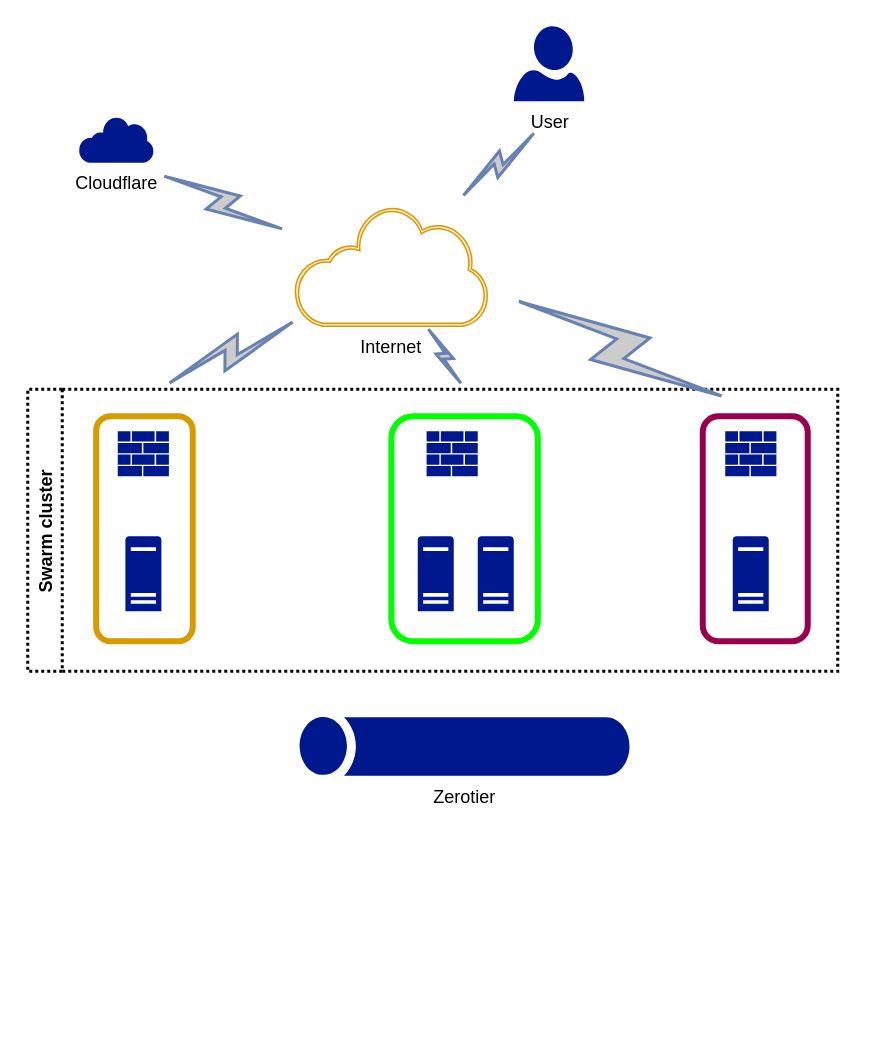
The draw.io diagram page "Page-2" (2 of 2) of swarm_ops_revProxy.drawio in pitimon/Swarm_Ops, before the edit. Source tidied: cells renumbered, new cells numbered last; positions are measured from the earlier drawing's top-left corner, leaving out a move shared by most shapes. Both pictures are drawn from the tidied source at 150%, with x=0, y=0 at pixel (27, 26).
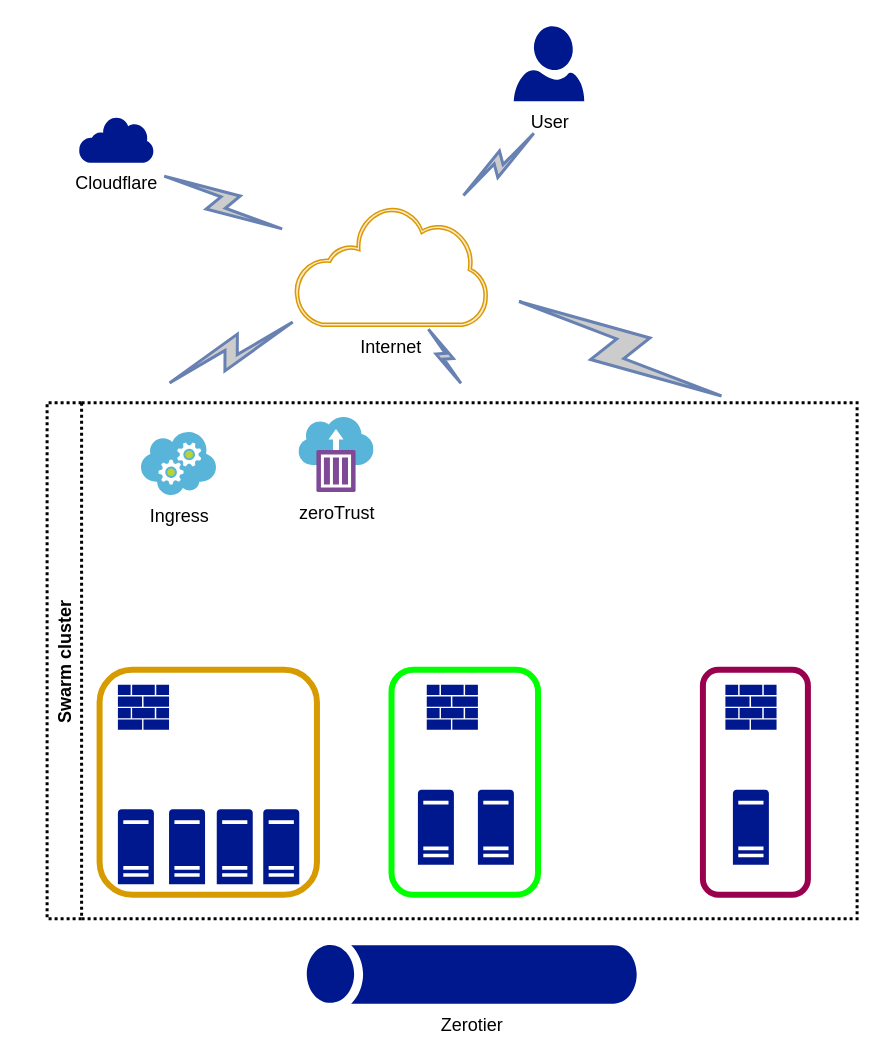
After the change.

What changed in the source:
```diff
@@
+    <mxCell id="5" value="Internet" style="sketch=0;shadow=0;dashed=0;html=1;strokeColor=#d79b00;labelPosition=center;verticalLabelPosition=bottom;verticalAlign=top;align=center;fillColor=#ffe6cc;shape=mxgraph.mscae.enterprise.internet_hollow;" parent="1" vertex="1">
+      <mxGeometry x="177.7" y="120" width="129" height="80" as="geometry" />
+    </mxCell>
+    <mxCell id="8" value="Cloudflare" style="sketch=0;shadow=0;dashed=0;html=1;strokeColor=none;labelPosition=center;verticalLabelPosition=bottom;verticalAlign=top;align=center;fillColor=#00188D;shape=mxgraph.mscae.enterprise.internet;" parent="1" vertex="1">
+      <mxGeometry x="34" y="60" width="50" height="31" as="geometry" />
+    </mxCell>
+    <mxCell id="9" value="Zerotier" style="sketch=0;shadow=0;dashed=0;html=1;strokeColor=none;labelPosition=center;verticalLabelPosition=bottom;verticalAlign=top;align=center;fillColor=#00188D;shape=mxgraph.mscae.general.tunnel;" parent="1" vertex="1">
+      <mxGeometry x="186" y="612" width="220" height="39.6" as="geometry" />
+    </mxCell>
+    <mxCell id="12" value="User" style="sketch=0;shadow=0;dashed=0;html=1;strokeColor=none;labelPosition=center;verticalLabelPosition=bottom;verticalAlign=top;align=center;fillColor=#00188D;shape=mxgraph.azure.user;" parent="1" vertex="1">
+      <mxGeometry x="324" width="47" height="50" as="geometry" />
+    </mxCell>
+    <mxCell id="13" value="Swarm cluster" style="swimlane;horizontal=0;dashed=1;dashPattern=1 1;strokeWidth=2;" parent="1" vertex="1">
+      <mxGeometry x="12.9" y="251" width="540" height="344" as="geometry" />
+    </mxCell>
-    <mxCell id="2" style="sketch=0;shadow=0;dashed=0;html=1;strokeColor=none;labelPosition=center;verticalLabelPosition=bottom;verticalAlign=top;align=center;fillColor=#00188D;shape=mxgraph.mscae.enterprise.server_generic;" parent="1" vertex="1">
-      <mxGeometry x="65.1" y="340" width="24" height="50" as="geometry" />
+    <mxCell id="2" style="sketch=0;shadow=0;dashed=0;html=1;strokeColor=none;labelPosition=center;verticalLabelPosition=bottom;verticalAlign=top;align=center;fillColor=#00188D;shape=mxgraph.mscae.enterprise.server_generic;" parent="13" vertex="1">
+      <mxGeometry x="81.3" y="271" width="24" height="50" as="geometry" />
     </mxCell>
-    <mxCell id="3" style="sketch=0;shadow=0;dashed=0;html=1;strokeColor=none;labelPosition=center;verticalLabelPosition=bottom;verticalAlign=top;align=center;fillColor=#00188D;shape=mxgraph.mscae.enterprise.server_generic;" parent="1" vertex="1">
-      <mxGeometry x="300" y="340" width="24" height="50" as="geometry" />
+    <mxCell id="3" style="sketch=0;shadow=0;dashed=0;html=1;strokeColor=none;labelPosition=center;verticalLabelPosition=bottom;verticalAlign=top;align=center;fillColor=#00188D;shape=mxgraph.mscae.enterprise.server_generic;" parent="13" vertex="1">
+      <mxGeometry x="287.2" y="258" width="24" height="50" as="geometry" />
     </mxCell>
-    <mxCell id="4" style="sketch=0;shadow=0;dashed=0;html=1;strokeColor=none;labelPosition=center;verticalLabelPosition=bottom;verticalAlign=top;align=center;fillColor=#00188D;shape=mxgraph.mscae.enterprise.server_generic;" parent="1" vertex="1">
-      <mxGeometry x="260" y="340" width="24" height="50" as="geometry" />
+    <mxCell id="4" style="sketch=0;shadow=0;dashed=0;html=1;strokeColor=none;labelPosition=center;verticalLabelPosition=bottom;verticalAlign=top;align=center;fillColor=#00188D;shape=mxgraph.mscae.enterprise.server_generic;" parent="13" vertex="1">
+      <mxGeometry x="247.2" y="258" width="24" height="50" as="geometry" />
     </mxCell>
-    <mxCell id="5" value="Internet" style="sketch=0;shadow=0;dashed=0;html=1;strokeColor=#d79b00;labelPosition=center;verticalLabelPosition=bottom;verticalAlign=top;align=center;fillColor=#ffe6cc;shape=mxgraph.mscae.enterprise.internet_hollow;" parent="1" vertex="1">
-      <mxGeometry x="177.7" y="120" width="129" height="80" as="geometry" />
-    </mxCell>
-    <mxCell id="6" style="sketch=0;shadow=0;dashed=0;html=1;strokeColor=none;labelPosition=center;verticalLabelPosition=bottom;verticalAlign=top;align=center;fillColor=#00188D;shape=mxgraph.mscae.enterprise.firewall;" parent="1" vertex="1">
-      <mxGeometry x="265.9" y="270" width="34.1" height="30" as="geometry" />
+    <mxCell id="6" style="sketch=0;shadow=0;dashed=0;html=1;strokeColor=none;labelPosition=center;verticalLabelPosition=bottom;verticalAlign=top;align=center;fillColor=#00188D;shape=mxgraph.mscae.enterprise.firewall;" parent="13" vertex="1">
+      <mxGeometry x="253.1" y="188" width="34.1" height="30" as="geometry" />
     </mxCell>
-    <mxCell id="7" style="sketch=0;shadow=0;dashed=0;html=1;strokeColor=none;labelPosition=center;verticalLabelPosition=bottom;verticalAlign=top;align=center;fillColor=#00188D;shape=mxgraph.mscae.enterprise.firewall;" parent="1" vertex="1">
-      <mxGeometry x="60" y="270" width="34.1" height="30" as="geometry" />
+    <mxCell id="7" style="sketch=0;shadow=0;dashed=0;html=1;strokeColor=none;labelPosition=center;verticalLabelPosition=bottom;verticalAlign=top;align=center;fillColor=#00188D;shape=mxgraph.mscae.enterprise.firewall;" parent="13" vertex="1">
+      <mxGeometry x="47.2" y="188" width="34.1" height="30" as="geometry" />
     </mxCell>
-    <mxCell id="8" value="Cloudflare" style="sketch=0;shadow=0;dashed=0;html=1;strokeColor=none;labelPosition=center;verticalLabelPosition=bottom;verticalAlign=top;align=center;fillColor=#00188D;shape=mxgraph.mscae.enterprise.internet;" parent="1" vertex="1">
-      <mxGeometry x="34" y="60" width="50" height="31" as="geometry" />
-    </mxCell>
-    <mxCell id="9" value="Zerotier" style="sketch=0;shadow=0;dashed=0;html=1;strokeColor=none;labelPosition=center;verticalLabelPosition=bottom;verticalAlign=top;align=center;fillColor=#00188D;shape=mxgraph.mscae.general.tunnel;" parent="1" vertex="1">
-      <mxGeometry x="181.2" y="460" width="220" height="39.6" as="geometry" />
-    </mxCell>
-    <mxCell id="10" style="sketch=0;shadow=0;dashed=0;html=1;strokeColor=none;labelPosition=center;verticalLabelPosition=bottom;verticalAlign=top;align=center;fillColor=#00188D;shape=mxgraph.mscae.enterprise.server_generic;" parent="1" vertex="1">
-      <mxGeometry x="470" y="340" width="24" height="50" as="geometry" />
+    <mxCell id="10" style="sketch=0;shadow=0;dashed=0;html=1;strokeColor=none;labelPosition=center;verticalLabelPosition=bottom;verticalAlign=top;align=center;fillColor=#00188D;shape=mxgraph.mscae.enterprise.server_generic;" parent="13" vertex="1">
+      <mxGeometry x="457.2" y="258" width="24" height="50" as="geometry" />
     </mxCell>
-    <mxCell id="11" style="sketch=0;shadow=0;dashed=0;html=1;strokeColor=none;labelPosition=center;verticalLabelPosition=bottom;verticalAlign=top;align=center;fillColor=#00188D;shape=mxgraph.mscae.enterprise.firewall;" parent="1" vertex="1">
-      <mxGeometry x="465" y="270" width="34.1" height="30" as="geometry" />
+    <mxCell id="11" style="sketch=0;shadow=0;dashed=0;html=1;strokeColor=none;labelPosition=center;verticalLabelPosition=bottom;verticalAlign=top;align=center;fillColor=#00188D;shape=mxgraph.mscae.enterprise.firewall;" parent="13" vertex="1">
+      <mxGeometry x="452.2" y="188" width="34.1" height="30" as="geometry" />
     </mxCell>
-    <mxCell id="12" value="User" style="sketch=0;shadow=0;dashed=0;html=1;strokeColor=none;labelPosition=center;verticalLabelPosition=bottom;verticalAlign=top;align=center;fillColor=#00188D;shape=mxgraph.azure.user;" parent="1" vertex="1">
-      <mxGeometry x="324" width="47" height="50" as="geometry" />
-    </mxCell>
-    <mxCell id="13" value="Swarm cluster" style="swimlane;horizontal=0;dashed=1;dashPattern=1 1;strokeWidth=2;" parent="1" vertex="1">
-      <mxGeometry y="242" width="540" height="188" as="geometry" />
-    </mxCell>
-    <mxCell id="14" style="rounded=1;whiteSpace=wrap;html=1;fillColor=none;strokeColor=#d79b00;strokeWidth=4;" parent="1" vertex="1">
-      <mxGeometry x="45.6" y="260" width="64.4" height="150" as="geometry" />
-    </mxCell>
-    <mxCell id="15" style="rounded=1;whiteSpace=wrap;html=1;fillColor=none;strokeColor=#00FF00;strokeWidth=4;" parent="1" vertex="1">
-      <mxGeometry x="242.4" y="260" width="97.7" height="150" as="geometry" />
+    <mxCell id="15" style="rounded=1;whiteSpace=wrap;html=1;fillColor=none;strokeColor=#00FF00;strokeWidth=4;" parent="13" vertex="1">
+      <mxGeometry x="229.6" y="178" width="97.7" height="150" as="geometry" />
     </mxCell>
-    <mxCell id="16" style="rounded=1;whiteSpace=wrap;html=1;fillColor=none;strokeColor=#99004D;strokeWidth=4;" parent="1" vertex="1">
-      <mxGeometry x="450" y="260" width="70" height="150" as="geometry" />
+    <mxCell id="16" style="rounded=1;whiteSpace=wrap;html=1;fillColor=none;strokeColor=#99004D;strokeWidth=4;" parent="13" vertex="1">
+      <mxGeometry x="437.2" y="178" width="70" height="150" as="geometry" />
     </mxCell>
+    <mxCell id="22" value="zeroTrust" style="sketch=0;html=1;align=center;image;fontSize=12;image=img/lib/mscae/Container_Instances.svg;dashed=1;dashPattern=1 1;strokeColor=#99004D;strokeWidth=2;fillColor=none;" parent="13" vertex="1">
+      <mxGeometry x="168.1" y="10" width="50" height="50" as="geometry" />
+    </mxCell>
+    <mxCell id="23" style="sketch=0;shadow=0;dashed=0;html=1;strokeColor=none;labelPosition=center;verticalLabelPosition=bottom;verticalAlign=top;align=center;fillColor=#00188D;shape=mxgraph.mscae.enterprise.server_generic;" parent="13" vertex="1">
+      <mxGeometry x="47.2" y="271" width="24" height="50" as="geometry" />
+    </mxCell>
+    <mxCell id="24" style="sketch=0;shadow=0;dashed=0;html=1;strokeColor=none;labelPosition=center;verticalLabelPosition=bottom;verticalAlign=top;align=center;fillColor=#00188D;shape=mxgraph.mscae.enterprise.server_generic;" parent="13" vertex="1">
+      <mxGeometry x="144.1" y="271" width="24" height="50" as="geometry" />
+    </mxCell>
+    <mxCell id="25" style="sketch=0;shadow=0;dashed=0;html=1;strokeColor=none;labelPosition=center;verticalLabelPosition=bottom;verticalAlign=top;align=center;fillColor=#00188D;shape=mxgraph.mscae.enterprise.server_generic;" parent="13" vertex="1">
+      <mxGeometry x="113.1" y="271" width="24" height="50" as="geometry" />
+    </mxCell>
+    <mxCell id="14" style="rounded=1;whiteSpace=wrap;html=1;fillColor=none;strokeColor=#d79b00;strokeWidth=4;" parent="13" vertex="1">
+      <mxGeometry x="35" y="178" width="144.9" height="150" as="geometry" />
+    </mxCell>
+    <mxCell id="26" value="Ingress" style="sketch=0;html=1;align=center;image;fontSize=12;image=img/lib/mscae/Cloud_Services_Classic.svg;dashed=1;dashPattern=1 1;strokeColor=#99004D;strokeWidth=2;fillColor=none;" parent="13" vertex="1">
+      <mxGeometry x="63.1" y="20" width="50" height="42" as="geometry" />
+    </mxCell>
```
